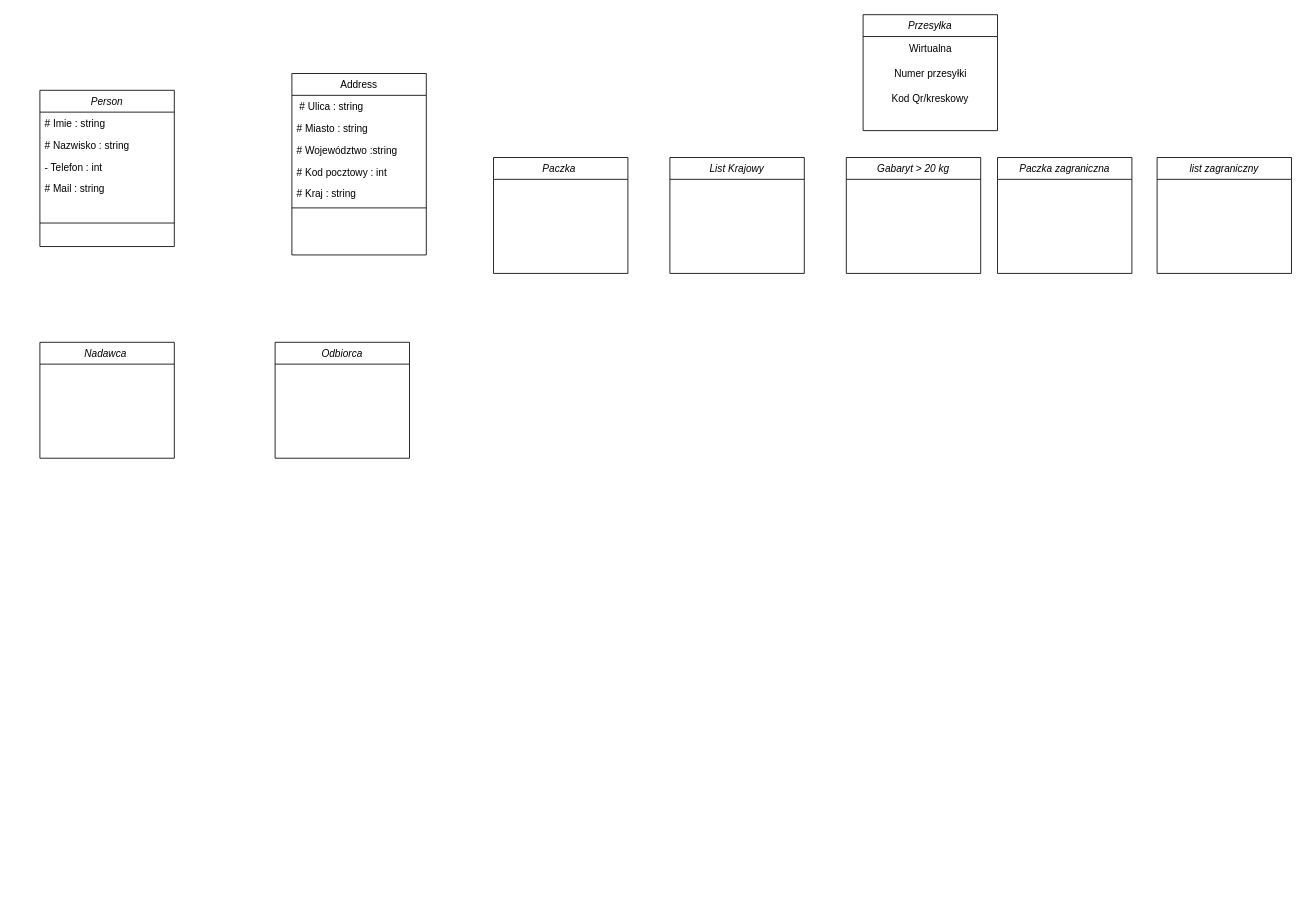
Above: UML.drawio in Q4tym/Projekt-PSiO (draw.io), before the change. Source tidied: cells renumbered, new cells numbered last; positions are measured from the earlier drawing's top-left corner, leaving out a move shared by most shapes. Both pictures are drawn from the tidied source at 84%, with x=0, y=0 at pixel (39, 14).
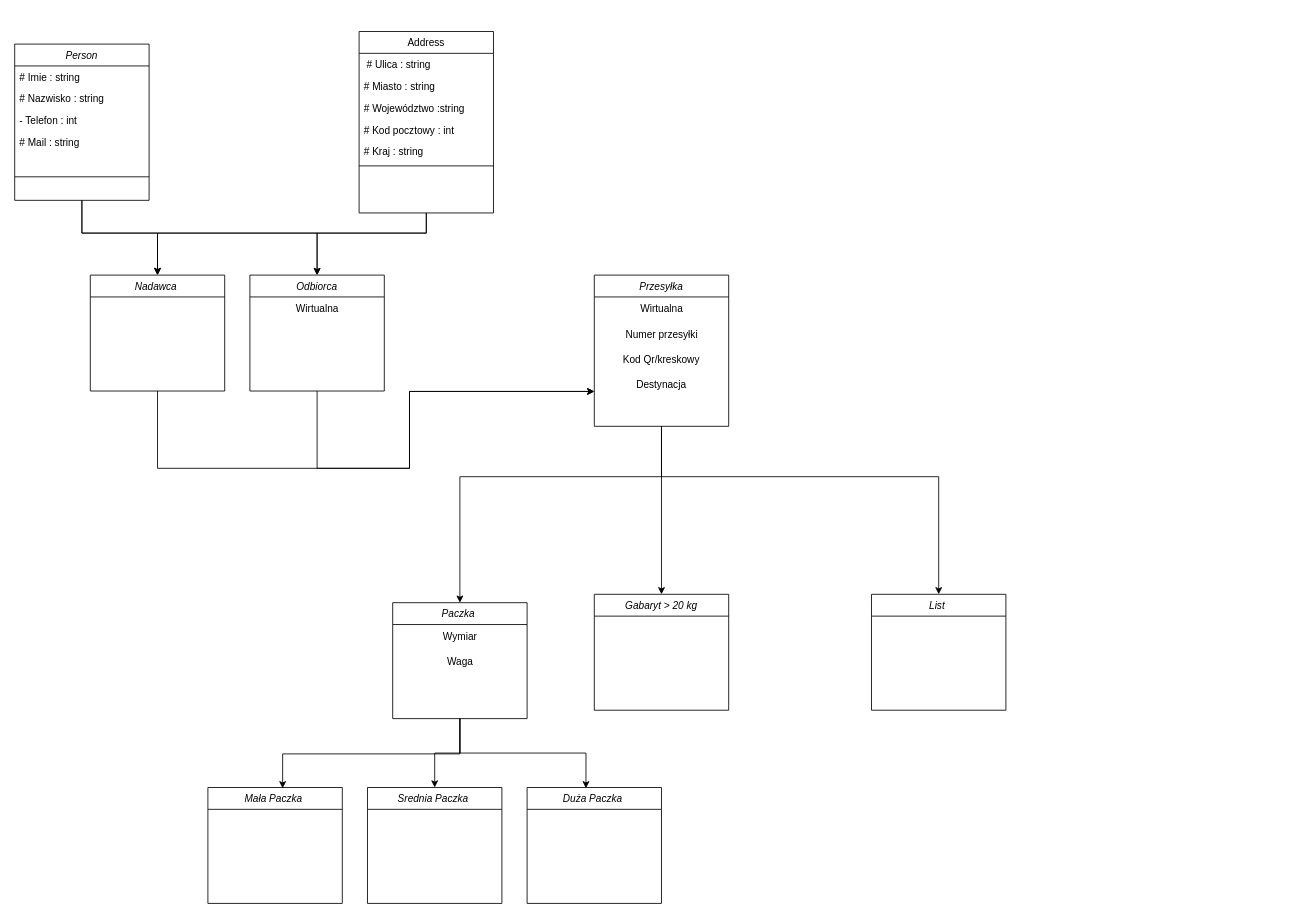
The same diagram, later.

Change to the diagram source:
```diff
@@
+    <mxCell id="26" style="edgeStyle=orthogonalEdgeStyle;rounded=0;jettySize=auto;html=1;entryX=0.5;entryY=0;entryDx=0;entryDy=0;" parent="1" edge="1" source="2" target="25">
+      <mxGeometry relative="1" as="geometry">
+        <Array as="points">
+          <mxPoint x="50" y="260" />
+          <mxPoint x="330" y="260" />
+        </Array>
+      </mxGeometry>
+    </mxCell>
+    <mxCell id="27" style="edgeStyle=orthogonalEdgeStyle;rounded=0;jettySize=auto;html=1;" parent="1" edge="1" source="2" target="24">
+      <mxGeometry relative="1" as="geometry">
+        <Array as="points">
+          <mxPoint x="50" y="260" />
+          <mxPoint x="140" y="260" />
+        </Array>
+      </mxGeometry>
+    </mxCell>
     <mxCell id="2" value="Person" style="swimlane;fontStyle=2;align=center;verticalAlign=top;horizontal=1;startSize=26;rounded=0;shadow=0;strokeWidth=1;" parent="1" vertex="1">
-      <mxGeometry y="90" width="160" height="186" as="geometry" />
+      <mxGeometry x="-30" y="35" width="160" height="186" as="geometry" />
     </mxCell>
@@
+    <mxCell id="28" style="edgeStyle=orthogonalEdgeStyle;rounded=0;jettySize=auto;html=1;" parent="1" edge="1" source="8" target="25">
+      <mxGeometry relative="1" as="geometry">
+        <Array as="points">
+          <mxPoint x="460" y="260" />
+          <mxPoint x="330" y="260" />
+        </Array>
+      </mxGeometry>
+    </mxCell>
+    <mxCell id="29" style="edgeStyle=orthogonalEdgeStyle;rounded=0;jettySize=auto;html=1;entryX=0.5;entryY=0;entryDx=0;entryDy=0;" parent="1" edge="1" source="8" target="24">
+      <mxGeometry relative="1" as="geometry">
+        <Array as="points">
+          <mxPoint x="460" y="260" />
+          <mxPoint x="140" y="260" />
+        </Array>
+      </mxGeometry>
+    </mxCell>
     <mxCell id="8" value="Address" style="swimlane;fontStyle=0;align=center;verticalAlign=top;horizontal=1;startSize=26;rounded=0;shadow=0;strokeWidth=1;" parent="1" vertex="1">
-      <mxGeometry x="300" y="70" width="160" height="216" as="geometry" />
+      <mxGeometry x="380" y="20" width="160" height="216" as="geometry" />
     </mxCell>
@@
+    <mxCell id="30" style="edgeStyle=orthogonalEdgeStyle;rounded=0;jettySize=auto;html=1;entryX=0.5;entryY=0;entryDx=0;entryDy=0;" parent="1" edge="1" source="15" target="21">
+      <mxGeometry relative="1" as="geometry" />
+    </mxCell>
+    <mxCell id="31" style="edgeStyle=orthogonalEdgeStyle;rounded=0;jettySize=auto;html=1;" parent="1" edge="1" source="15" target="19">
+      <mxGeometry relative="1" as="geometry">
+        <Array as="points">
+          <mxPoint x="740" y="550" />
+          <mxPoint x="500" y="550" />
+        </Array>
+      </mxGeometry>
+    </mxCell>
     <mxCell id="15" value="Przesyłka" style="swimlane;fontStyle=2;align=center;verticalAlign=top;horizontal=1;startSize=26;rounded=0;shadow=0;strokeWidth=1;" parent="1" vertex="1">
-      <mxGeometry x="980" width="160" height="138" as="geometry" />
+      <mxGeometry x="660" y="310" width="160" height="180" as="geometry" />
     </mxCell>
@@
+    <mxCell id="32" value="Destynacja" style="text;html=1;align=center;verticalAlign=middle;whiteSpace=wrap;rounded=0;" parent="15" vertex="1">
+      <mxGeometry y="116" width="160" height="30" as="geometry" />
+    </mxCell>
+    <mxCell id="33" style="edgeStyle=orthogonalEdgeStyle;rounded=0;jettySize=auto;html=1;entryX=0.5;entryY=0;entryDx=0;entryDy=0;" parent="1" edge="1" source="19" target="40">
+      <mxGeometry relative="1" as="geometry" />
+    </mxCell>
     <mxCell id="19" value="Paczka " style="swimlane;fontStyle=2;align=center;verticalAlign=top;horizontal=1;startSize=26;rounded=0;shadow=0;strokeWidth=1;" parent="1" vertex="1">
-      <mxGeometry x="540" y="170" width="160" height="138" as="geometry" />
+      <mxGeometry x="420" y="700" width="160" height="138" as="geometry" />
     </mxCell>
+    <mxCell id="34" value="Wymiar" style="text;html=1;align=center;verticalAlign=middle;strokeColor=none;fillColor=none;" parent="19" vertex="1">
+      <mxGeometry y="26" width="160" height="30" as="geometry" />
+    </mxCell>
+    <mxCell id="35" value="Waga" style="text;html=1;align=center;verticalAlign=middle;strokeColor=none;fillColor=none;" parent="19" vertex="1">
+      <mxGeometry y="56" width="160" height="30" as="geometry" />
+    </mxCell>
-    <mxCell id="20" value="List Krajowy" style="swimlane;fontStyle=2;align=center;verticalAlign=top;horizontal=1;startSize=26;rounded=0;shadow=0;strokeWidth=1;" parent="1" vertex="1">
-      <mxGeometry x="750" y="170" width="160" height="138" as="geometry" />
+    <mxCell id="20" value="List " style="swimlane;fontStyle=2;align=center;verticalAlign=top;horizontal=1;startSize=26;rounded=0;shadow=0;strokeWidth=1;" parent="1" vertex="1">
+      <mxGeometry x="990" y="690" width="160" height="138" as="geometry" />
     </mxCell>
     <mxCell id="21" value="Gabaryt &gt; 20 kg" style="swimlane;fontStyle=2;align=center;verticalAlign=top;horizontal=1;startSize=26;rounded=0;shadow=0;strokeWidth=1;" parent="1" vertex="1">
-      <mxGeometry x="960" y="170" width="160" height="138" as="geometry" />
+      <mxGeometry x="660" y="690" width="160" height="138" as="geometry" />
     </mxCell>
-    <mxCell id="22" value="Paczka zagraniczna" style="swimlane;fontStyle=2;align=center;verticalAlign=top;horizontal=1;startSize=26;rounded=0;shadow=0;strokeWidth=1;" parent="1" vertex="1">
-      <mxGeometry x="1140" y="170" width="160" height="138" as="geometry" />
-    </mxCell>
-    <mxCell id="23" value="list zagraniczny" style="swimlane;fontStyle=2;align=center;verticalAlign=top;horizontal=1;startSize=26;rounded=0;shadow=0;strokeWidth=1;" parent="1" vertex="1">
-      <mxGeometry x="1330" y="170" width="160" height="138" as="geometry" />
-    </mxCell>
+    <mxCell id="36" style="edgeStyle=orthogonalEdgeStyle;rounded=0;jettySize=auto;html=1;entryX=0;entryY=0.75;entryDx=0;entryDy=0;" parent="1" edge="1" source="24" target="32">
+      <mxGeometry relative="1" as="geometry">
+        <Array as="points">
+          <mxPoint x="140" y="540" />
+          <mxPoint x="440" y="540" />
+          <mxPoint x="440" y="449" />
+        </Array>
+      </mxGeometry>
+    </mxCell>
     <mxCell id="24" value="Nadawca " style="swimlane;fontStyle=2;align=center;verticalAlign=top;horizontal=1;startSize=26;rounded=0;shadow=0;strokeWidth=1;" parent="1" vertex="1">
-      <mxGeometry y="390" width="160" height="138" as="geometry" />
+      <mxGeometry x="60" y="310" width="160" height="138" as="geometry" />
     </mxCell>
+    <mxCell id="37" style="edgeStyle=orthogonalEdgeStyle;rounded=0;jettySize=auto;html=1;entryX=0;entryY=0.75;entryDx=0;entryDy=0;" parent="1" edge="1" source="25" target="32">
+      <mxGeometry relative="1" as="geometry">
+        <Array as="points">
+          <mxPoint x="330" y="540" />
+          <mxPoint x="440" y="540" />
+          <mxPoint x="440" y="449" />
+        </Array>
+      </mxGeometry>
+    </mxCell>
     <mxCell id="25" value="Odbiorca" style="swimlane;fontStyle=2;align=center;verticalAlign=top;horizontal=1;startSize=26;rounded=0;shadow=0;strokeWidth=1;" parent="1" vertex="1">
-      <mxGeometry x="280" y="390" width="160" height="138" as="geometry" />
+      <mxGeometry x="250" y="310" width="160" height="138" as="geometry" />
     </mxCell>
+    <mxCell id="38" value="Wirtualna" style="text;html=1;align=center;verticalAlign=middle;strokeColor=none;fillColor=none;" parent="25" vertex="1">
+      <mxGeometry y="26" width="160" height="30" as="geometry" />
+    </mxCell>
+    <mxCell id="39" value="Mała Paczka " style="swimlane;fontStyle=2;align=center;verticalAlign=top;horizontal=1;startSize=26;rounded=0;shadow=0;strokeWidth=1;" parent="1" vertex="1">
+      <mxGeometry x="200" y="920" width="160" height="138" as="geometry" />
+    </mxCell>
+    <mxCell id="40" value="Srednia Paczka " style="swimlane;fontStyle=2;align=center;verticalAlign=top;horizontal=1;startSize=26;rounded=0;shadow=0;strokeWidth=1;" parent="1" vertex="1">
+      <mxGeometry x="390" y="920" width="160" height="138" as="geometry" />
+    </mxCell>
+    <mxCell id="41" value="Duża Paczka " style="swimlane;fontStyle=2;align=center;verticalAlign=top;horizontal=1;startSize=26;rounded=0;shadow=0;strokeWidth=1;" parent="1" vertex="1">
+      <mxGeometry x="580" y="920" width="160" height="138" as="geometry" />
+    </mxCell>
+    <mxCell id="42" style="edgeStyle=orthogonalEdgeStyle;rounded=0;jettySize=auto;html=1;entryX=0.5;entryY=0;entryDx=0;entryDy=0;exitX=0.5;exitY=1;exitDx=0;exitDy=0;" parent="1" edge="1" source="15" target="20">
+      <mxGeometry relative="1" as="geometry">
+        <Array as="points">
+          <mxPoint x="740" y="550" />
+          <mxPoint x="1070" y="550" />
+        </Array>
+      </mxGeometry>
+    </mxCell>
+    <mxCell id="43" style="edgeStyle=orthogonalEdgeStyle;rounded=0;jettySize=auto;html=1;entryX=0.556;entryY=0.007;entryDx=0;entryDy=0;entryPerimeter=0;" parent="1" edge="1" source="19" target="39">
+      <mxGeometry relative="1" as="geometry">
+        <Array as="points">
+          <mxPoint x="500" y="880" />
+          <mxPoint x="289" y="880" />
+        </Array>
+      </mxGeometry>
+    </mxCell>
+    <mxCell id="44" style="edgeStyle=orthogonalEdgeStyle;rounded=0;jettySize=auto;html=1;entryX=0.438;entryY=0.007;entryDx=0;entryDy=0;entryPerimeter=0;" parent="1" edge="1" source="19" target="41">
+      <mxGeometry relative="1" as="geometry" />
+    </mxCell>
```
